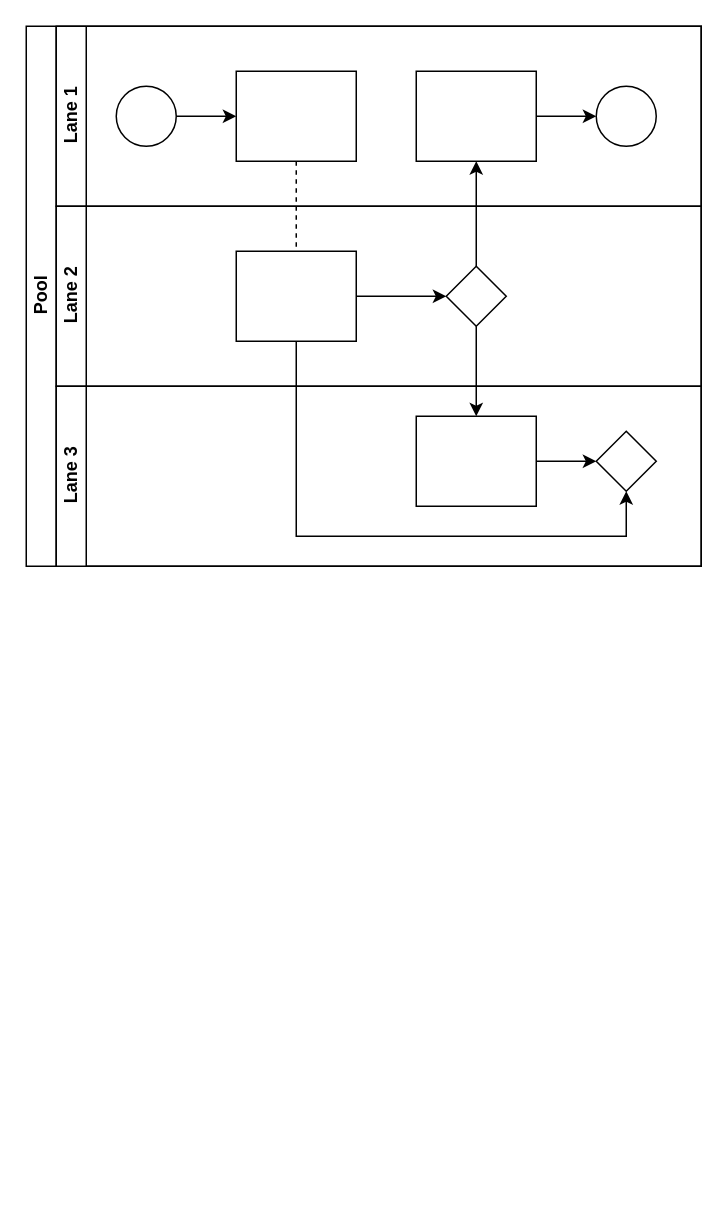
Above: dorelease_controlflow.drawio in yi2003/diagram (draw.io), before the change. Source tidied: cells renumbered, new cells numbered last; positions are measured from the earlier drawing's top-left corner, leaving out a move shared by most shapes. Both pictures are drawn from the tidied source at 150%, with x=0, y=0 at pixel (26, 26).
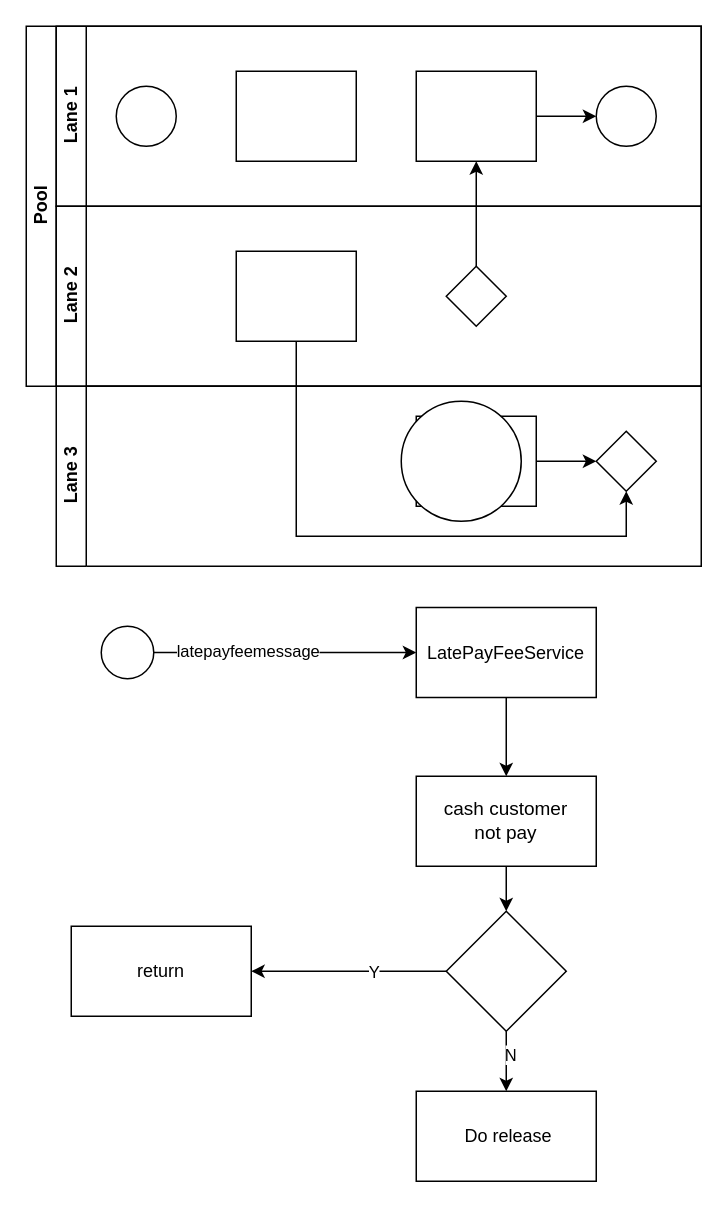
The same page after the edit.

Unchanged cells that the change refers to:
```xml
<mxCell id="7" value="Lane 1" style="swimlane;html=1;startSize=20;horizontal=0;" parent="2" vertex="1">
  <mxGeometry x="20" width="430" height="120" as="geometry" />
</mxCell>
<mxCell id="14" value="Lane 2" style="swimlane;html=1;startSize=20;horizontal=0;" parent="2" vertex="1">
  <mxGeometry x="20" y="120" width="430" height="120" as="geometry" />
</mxCell>
<mxCell id="20" style="rounded=0;whiteSpace=wrap;html=1;fontFamily=Helvetica;fontSize=12;fontColor=#000000;align=center;" parent="18" vertex="1">
  <mxGeometry x="240" y="20" width="80" height="60" as="geometry" />
</mxCell>
<mxCell id="21" style="rhombus;whiteSpace=wrap;html=1;fontFamily=Helvetica;fontSize=12;fontColor=#000000;align=center;" parent="18" vertex="1">
  <mxGeometry x="360" y="30" width="40" height="40" as="geometry" />
</mxCell>
```

Diff of the diagram source:
```diff
@@
     <mxCell id="2" value="Pool" style="swimlane;html=1;horizontal=0;startSize=20;" parent="1" vertex="1">
-      <mxGeometry width="450" height="360" as="geometry" />
+      <mxGeometry width="450" height="240" as="geometry" />
     </mxCell>
-    <mxCell id="3" style="edgeStyle=orthogonalEdgeStyle;rounded=0;jettySize=auto;html=1;dashed=1;endArrow=none;endFill=0;" parent="2" edge="1" source="10" target="16">
-      <mxGeometry relative="1" as="geometry" />
+    <mxCell id="3" style="edgeStyle=orthogonalEdgeStyle;rounded=0;orthogonalLoop=1;jettySize=auto;html=1;dashed=1;endArrow=none;endFill=0;" parent="2" edge="1">
+      <mxGeometry relative="1" as="geometry">
+        <mxPoint x="180" y="90" as="sourcePoint" />
+      </mxGeometry>
     </mxCell>
-    <mxCell id="4" style="edgeStyle=orthogonalEdgeStyle;rounded=0;jettySize=auto;html=1;endArrow=classic;endFill=1;" parent="2" edge="1" source="17" target="12">
-      <mxGeometry relative="1" as="geometry" />
-    </mxCell>
-    <mxCell id="5" style="edgeStyle=orthogonalEdgeStyle;rounded=0;jettySize=auto;html=1;endArrow=classic;endFill=1;" parent="2" edge="1" source="17" target="20">
-      <mxGeometry relative="1" as="geometry" />
+    <mxCell id="5" style="edgeStyle=orthogonalEdgeStyle;rounded=0;orthogonalLoop=1;jettySize=auto;html=1;endArrow=classic;endFill=1;" parent="2" edge="1">
+      <mxGeometry relative="1" as="geometry">
+        <mxPoint x="300" y="200" as="sourcePoint" />
+      </mxGeometry>
     </mxCell>
-    <mxCell id="6" style="edgeStyle=orthogonalEdgeStyle;rounded=0;jettySize=auto;html=1;endArrow=classic;endFill=1;" parent="2" edge="1" source="16" target="21">
-      <mxGeometry relative="1" as="geometry">
-        <Array as="points">
-          <mxPoint x="180" y="340" />
-          <mxPoint x="400" y="340" />
-        </Array>
-      </mxGeometry>
-    </mxCell>
@@
-    <mxCell id="8" style="edgeStyle=orthogonalEdgeStyle;rounded=0;jettySize=auto;html=1;" parent="7" edge="1" source="9" target="10">
-      <mxGeometry relative="1" as="geometry" />
+    <mxCell id="8" style="edgeStyle=orthogonalEdgeStyle;rounded=0;orthogonalLoop=1;jettySize=auto;html=1;" parent="7" edge="1">
+      <mxGeometry relative="1" as="geometry">
+        <mxPoint x="80" y="60" as="sourcePoint" />
+      </mxGeometry>
     </mxCell>
-    <mxCell id="9" style="ellipse;whiteSpace=wrap;html=1;" parent="7" vertex="1">
-      <mxGeometry x="40" y="40" width="40" height="40" as="geometry" />
-    </mxCell>
-    <mxCell id="10" style="rounded=0;whiteSpace=wrap;html=1;fontFamily=Helvetica;fontSize=12;fontColor=#000000;align=center;" parent="7" vertex="1">
-      <mxGeometry x="120" y="30" width="80" height="60" as="geometry" />
-    </mxCell>
-    <mxCell id="11" style="edgeStyle=orthogonalEdgeStyle;rounded=0;jettySize=auto;html=1;endArrow=classic;endFill=1;" parent="7" edge="1" source="12" target="13">
-      <mxGeometry relative="1" as="geometry" />
-    </mxCell>
-    <mxCell id="12" style="rounded=0;whiteSpace=wrap;html=1;fontFamily=Helvetica;fontSize=12;fontColor=#000000;align=center;" parent="7" vertex="1">
-      <mxGeometry x="240" y="30" width="80" height="60" as="geometry" />
-    </mxCell>
-    <mxCell id="13" style="ellipse;whiteSpace=wrap;html=1;" parent="7" vertex="1">
-      <mxGeometry x="360" y="40" width="40" height="40" as="geometry" />
-    </mxCell>
@@
-    <mxCell id="15" style="edgeStyle=orthogonalEdgeStyle;rounded=0;jettySize=auto;html=1;endArrow=classic;endFill=1;" parent="14" edge="1" source="16" target="17">
-      <mxGeometry relative="1" as="geometry" />
+    <mxCell id="15" style="edgeStyle=orthogonalEdgeStyle;rounded=0;orthogonalLoop=1;jettySize=auto;html=1;endArrow=classic;endFill=1;" parent="14" edge="1">
+      <mxGeometry relative="1" as="geometry">
+        <mxPoint x="200" y="60" as="sourcePoint" />
+      </mxGeometry>
     </mxCell>
-    <mxCell id="16" style="rounded=0;whiteSpace=wrap;html=1;fontFamily=Helvetica;fontSize=12;fontColor=#000000;align=center;" parent="14" vertex="1">
-      <mxGeometry x="120" y="30" width="80" height="60" as="geometry" />
-    </mxCell>
-    <mxCell id="17" style="rhombus;whiteSpace=wrap;html=1;fontFamily=Helvetica;fontSize=12;fontColor=#000000;align=center;" parent="14" vertex="1">
-      <mxGeometry x="260" y="40" width="40" height="40" as="geometry" />
-    </mxCell>
+    <mxCell id="22" style="edgeStyle=orthogonalEdgeStyle;rounded=0;jettySize=auto;html=1;endArrow=classic;endFill=1;" parent="1" edge="1" source="30" target="27">
+      <mxGeometry relative="1" as="geometry" />
+    </mxCell>
+    <mxCell id="23" style="edgeStyle=orthogonalEdgeStyle;rounded=0;jettySize=auto;html=1;endArrow=classic;endFill=1;" parent="1" edge="1" source="29" target="21">
+      <mxGeometry relative="1" as="geometry">
+        <Array as="points">
+          <mxPoint x="180" y="340" />
+          <mxPoint x="400" y="340" />
+        </Array>
+      </mxGeometry>
+    </mxCell>
+    <mxCell id="24" style="ellipse;whiteSpace=wrap;html=1;" parent="1" vertex="1">
+      <mxGeometry x="60" y="40" width="40" height="40" as="geometry" />
+    </mxCell>
+    <mxCell id="25" style="rounded=0;whiteSpace=wrap;html=1;fontFamily=Helvetica;fontSize=12;fontColor=#000000;align=center;" parent="1" vertex="1">
+      <mxGeometry x="140" y="30" width="80" height="60" as="geometry" />
+    </mxCell>
+    <mxCell id="26" style="edgeStyle=orthogonalEdgeStyle;rounded=0;jettySize=auto;html=1;endArrow=classic;endFill=1;" parent="1" edge="1" source="27" target="28">
+      <mxGeometry relative="1" as="geometry" />
+    </mxCell>
+    <mxCell id="27" style="rounded=0;whiteSpace=wrap;html=1;fontFamily=Helvetica;fontSize=12;fontColor=#000000;align=center;" parent="1" vertex="1">
+      <mxGeometry x="260" y="30" width="80" height="60" as="geometry" />
+    </mxCell>
+    <mxCell id="28" style="ellipse;whiteSpace=wrap;html=1;" parent="1" vertex="1">
+      <mxGeometry x="380" y="40" width="40" height="40" as="geometry" />
+    </mxCell>
+    <mxCell id="29" style="rounded=0;whiteSpace=wrap;html=1;fontFamily=Helvetica;fontSize=12;fontColor=#000000;align=center;" parent="1" vertex="1">
+      <mxGeometry x="140" y="150" width="80" height="60" as="geometry" />
+    </mxCell>
+    <mxCell id="30" style="rhombus;whiteSpace=wrap;html=1;fontFamily=Helvetica;fontSize=12;fontColor=#000000;align=center;" parent="1" vertex="1">
+      <mxGeometry x="280" y="160" width="40" height="40" as="geometry" />
+    </mxCell>
-    <mxCell id="18" value="Lane 3" style="swimlane;html=1;startSize=20;horizontal=0;" parent="2" vertex="1">
+    <mxCell id="18" value="Lane 3" style="swimlane;html=1;startSize=20;horizontal=0;" parent="1" vertex="1">
       <mxGeometry x="20" y="240" width="430" height="120" as="geometry" />
     </mxCell>
@@
+    <mxCell id="31" style="ellipse;whiteSpace=wrap;html=1;" parent="1" vertex="1">
+      <mxGeometry x="250" y="250" width="80" height="80" as="geometry" />
+    </mxCell>
+    <mxCell id="32" style="edgeStyle=orthogonalEdgeStyle;rounded=0;jettySize=auto;html=1;" parent="1" edge="1" source="34" target="36">
+      <mxGeometry relative="1" as="geometry" />
+    </mxCell>
+    <mxCell id="33" value="latepayfeemessage" style="edgeLabel;html=1;align=center;verticalAlign=middle;" parent="32" vertex="1">
+      <mxGeometry x="-0.29" y="2" relative="1" as="geometry">
+        <mxPoint y="1" as="offset" />
+      </mxGeometry>
+    </mxCell>
+    <mxCell id="34" style="ellipse;whiteSpace=wrap;html=1;" parent="1" vertex="1">
+      <mxGeometry x="50" y="400" width="35" height="35" as="geometry" />
+    </mxCell>
+    <mxCell id="35" style="edgeStyle=orthogonalEdgeStyle;rounded=0;jettySize=auto;html=1;" parent="1" edge="1" source="36" target="38">
+      <mxGeometry relative="1" as="geometry" />
+    </mxCell>
+    <mxCell id="36" value="LatePayFeeService" style="whiteSpace=wrap;html=1;" parent="1" vertex="1">
+      <mxGeometry x="260" y="387.5" width="120" height="60" as="geometry" />
+    </mxCell>
+    <mxCell id="37" style="edgeStyle=orthogonalEdgeStyle;rounded=0;jettySize=auto;html=1;" parent="1" edge="1" source="38" target="43">
+      <mxGeometry relative="1" as="geometry" />
+    </mxCell>
+    <mxCell id="38" value="&lt;span style=&quot;font-size: 9.5pt; font-family: DengXian;&quot;&gt;cash customer &lt;br&gt;not pay&lt;/span&gt;" style="whiteSpace=wrap;html=1;" parent="1" vertex="1">
+      <mxGeometry x="260" y="500" width="120" height="60" as="geometry" />
+    </mxCell>
+    <mxCell id="39" style="edgeStyle=orthogonalEdgeStyle;rounded=0;jettySize=auto;html=1;" parent="1" edge="1" source="43" target="44">
+      <mxGeometry relative="1" as="geometry" />
+    </mxCell>
+    <mxCell id="40" value="Y" style="edgeLabel;html=1;align=center;verticalAlign=middle;" parent="39" vertex="1">
+      <mxGeometry x="-0.25" relative="1" as="geometry" />
+    </mxCell>
+    <mxCell id="41" style="edgeStyle=orthogonalEdgeStyle;rounded=0;jettySize=auto;html=1;" parent="1" edge="1" source="43" target="45">
+      <mxGeometry relative="1" as="geometry" />
+    </mxCell>
+    <mxCell id="42" value="N" style="edgeLabel;html=1;align=center;verticalAlign=middle;" parent="41" vertex="1">
+      <mxGeometry x="-0.27" y="2" relative="1" as="geometry" />
+    </mxCell>
+    <mxCell id="43" style="rhombus;whiteSpace=wrap;html=1;" parent="1" vertex="1">
+      <mxGeometry x="280" y="590" width="80" height="80" as="geometry" />
+    </mxCell>
+    <mxCell id="44" value="return" style="whiteSpace=wrap;html=1;" parent="1" vertex="1">
+      <mxGeometry x="30" y="600" width="120" height="60" as="geometry" />
+    </mxCell>
+    <mxCell id="45" value="&amp;nbsp;Do release" style="whiteSpace=wrap;html=1;" parent="1" vertex="1">
+      <mxGeometry x="260" y="710" width="120" height="60" as="geometry" />
+    </mxCell>
```
